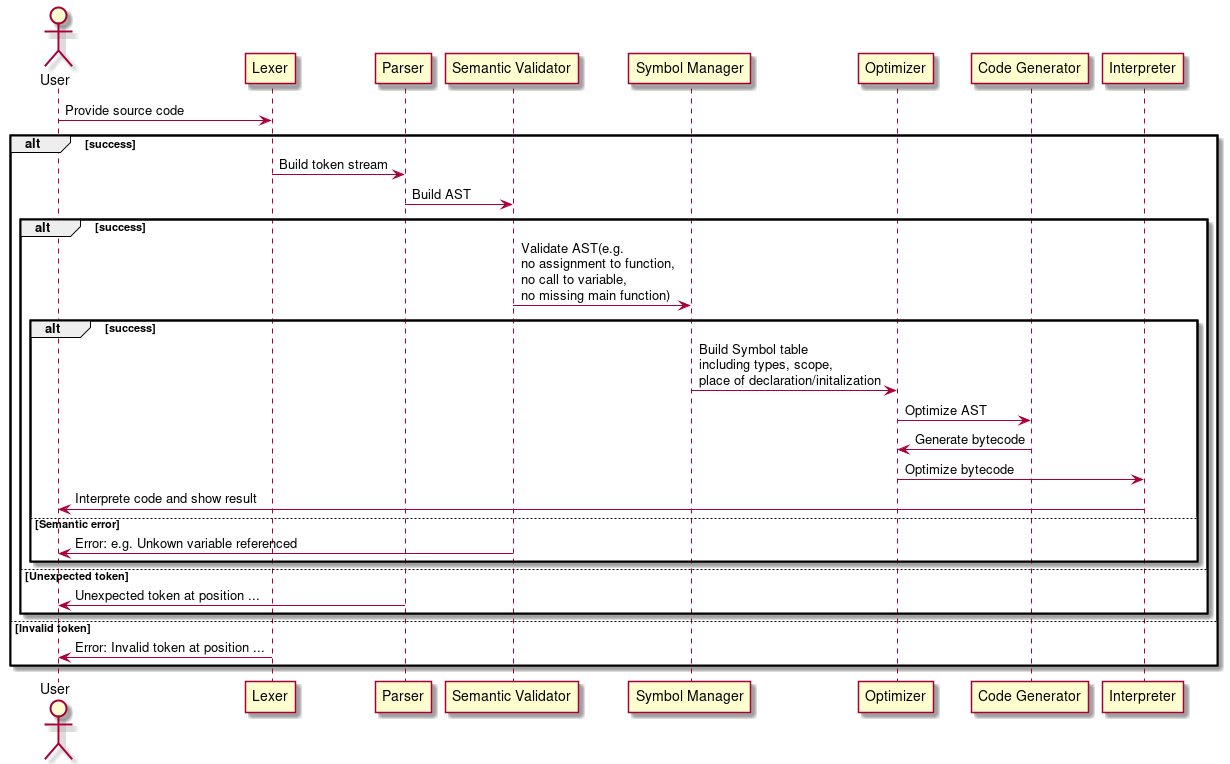
This is architecture.png from JonasMuehlmann/MVPL, a PlantUML export, as it was before one commit. Source of this version:
```plantuml
@startuml
actor User
User -> Lexer : Provide source code


alt success
    Lexer -> Parser : Build token stream

    Parser -> "Semantic Validator" : Build AST

    alt success
        "Semantic Validator" -> "Symbol Manager" : Validate AST(e.g.\nno assignment to function,\nno call to variable,\nno missing main function)

        alt success
            "Symbol Manager" -> "Optimizer": Build Symbol table\nincluding types, scope,\nplace of declaration/initalization

            "Optimizer" -> "Code Generator": Optimize AST

            "Code Generator" -> "Optimizer": Generate bytecode

            "Optimizer" -> Interpreter: Optimize bytecode

            "Interpreter" -> User: Interprete code and show result
        else Semantic error
            "Semantic Validator" -> User: Error: e.g. Unkown variable referenced
        end
    else Unexpected token
        "Parser" -> User: Unexpected token at position ...
    end
else Invalid token
    Lexer -> User: Error: Invalid token at position ...
end
@enduml
```
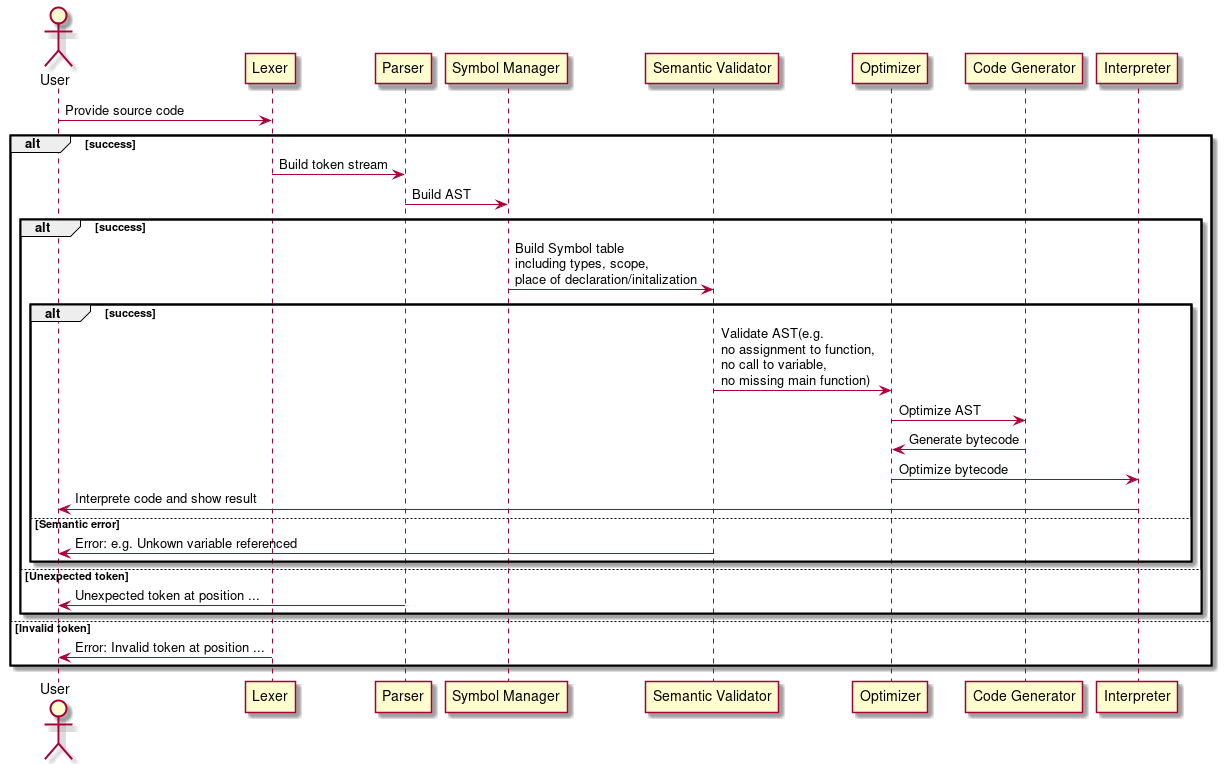
After the commit.

Commit message:
feat: add helper parser to paarse expressions

Diff of the diagram source:
```diff
@@ -6,13 +6,13 @@
 alt success
     Lexer -> Parser : Build token stream
 
-    Parser -> "Semantic Validator" : Build AST
+    Parser -> "Symbol Manager" : Build AST
 
     alt success
-        "Semantic Validator" -> "Symbol Manager" : Validate AST(e.g.\nno assignment to function,\nno call to variable,\nno missing main function)
+        "Symbol Manager" -> "Semantic Validator": Build Symbol table\nincluding types, scope,\nplace of declaration/initalization
 
         alt success
-            "Symbol Manager" -> "Optimizer": Build Symbol table\nincluding types, scope,\nplace of declaration/initalization
+            "Semantic Validator" -> "Optimizer" : Validate AST(e.g.\nno assignment to function,\nno call to variable,\nno missing main function)
 
             "Optimizer" -> "Code Generator": Optimize AST
 
```
